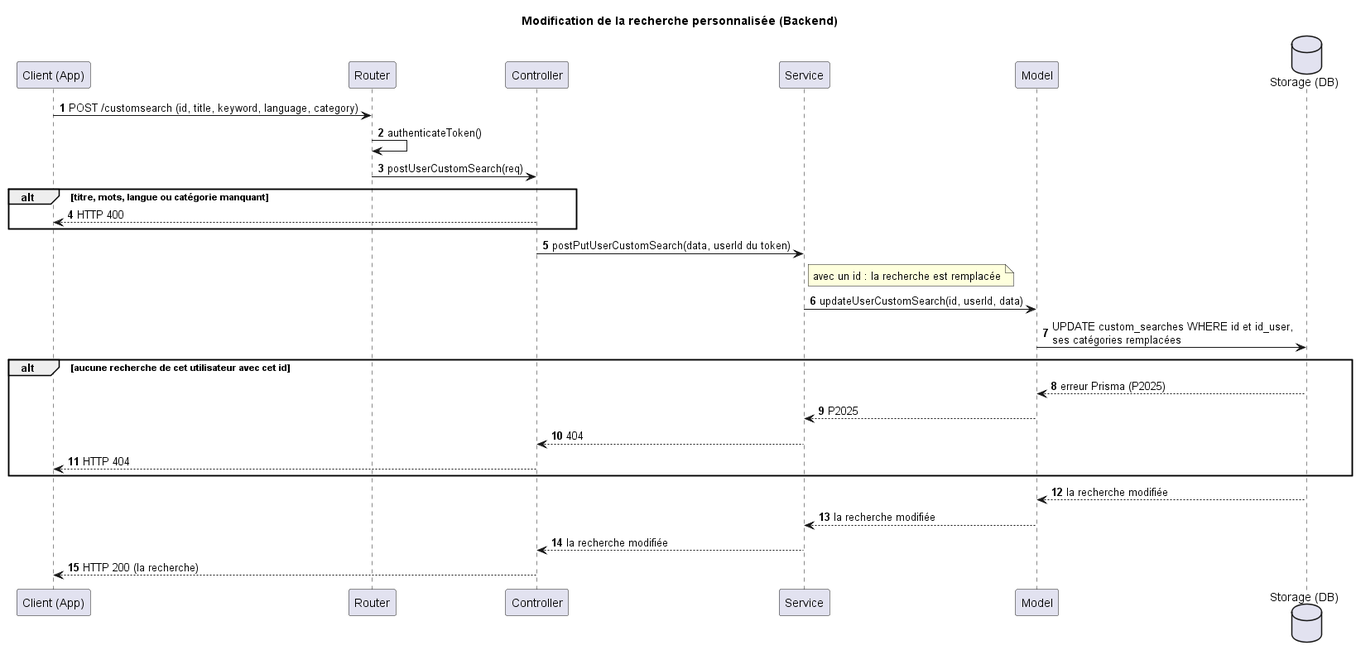
TPI2026-NewsGenerator/NewsGenerator-Backend keeps this PlantUML diagram as docs/UML/search-history-edit-diagram-Modification_de_la_recherche_personnalisée__Backend_.png. Above is the earlier version.
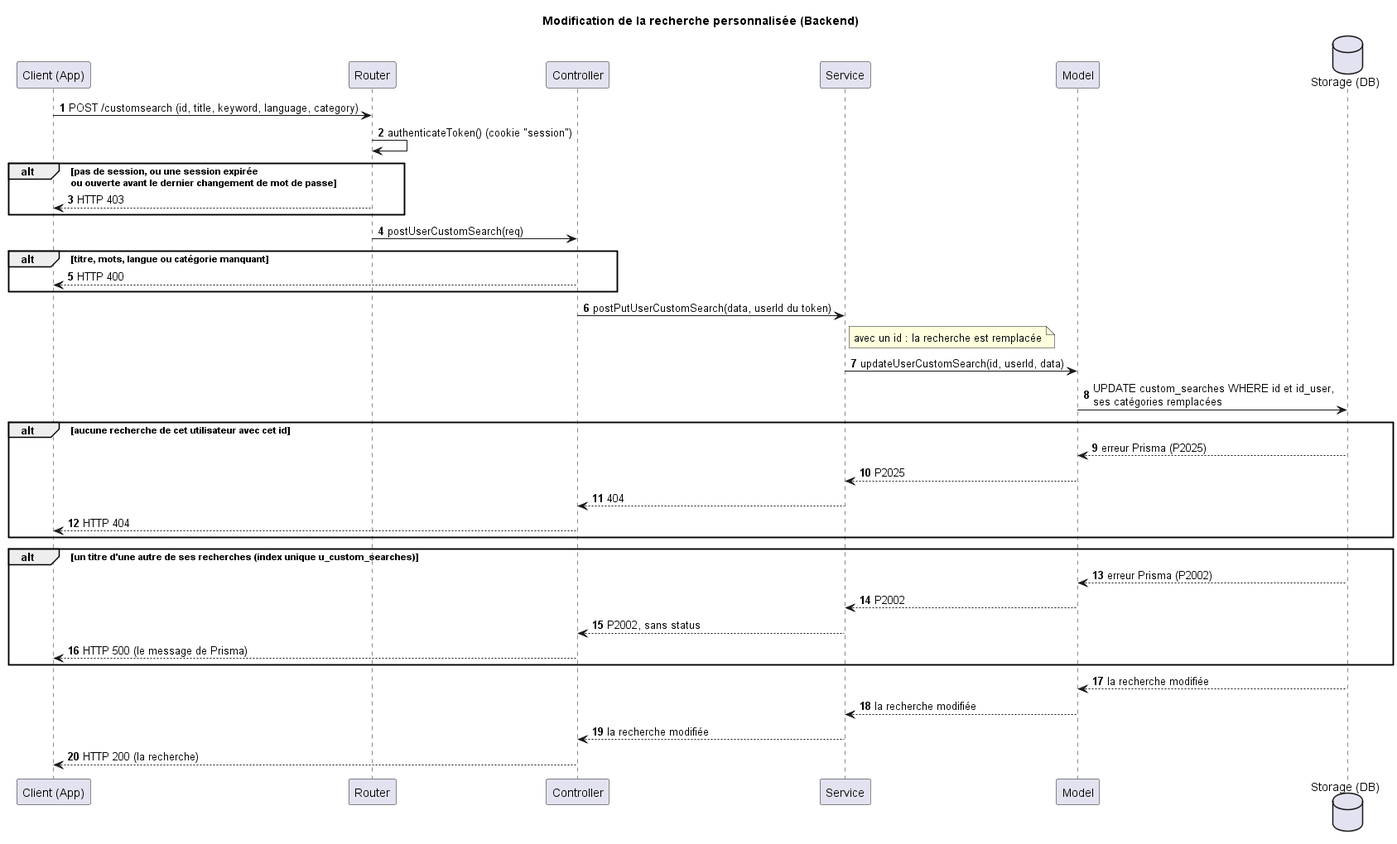
The same file after the commit.

What changed in the source:
```diff
@@ -11,7 +11,10 @@
 
 
 Client -> Router : POST /customsearch (id, title, keyword, language, category)
-Router -> Router : authenticateToken()
+Router -> Router : authenticateToken() (cookie "session")
+alt pas de session, ou une session expirée\nou ouverte avant le dernier changement de mot de passe
+    Router --> Client : HTTP 403
+end
 Router -> Controller : postUserCustomSearch(req)
 alt titre, mots, langue ou catégorie manquant
     Controller --> Client : HTTP 400
@@ -26,6 +29,12 @@
     Service --> Controller : 404
     Controller --> Client : HTTP 404
 end
+alt un titre d'une autre de ses recherches (index unique u_custom_searches)
+    Storage --> Model : erreur Prisma (P2002)
+    Model --> Service : P2002
+    Service --> Controller : P2002, sans status
+    Controller --> Client : HTTP 500 (le message de Prisma)
+end
 Storage --> Model : la recherche modifiée
 Model --> Service : la recherche modifiée
 Service --> Controller : la recherche modifiée
```
